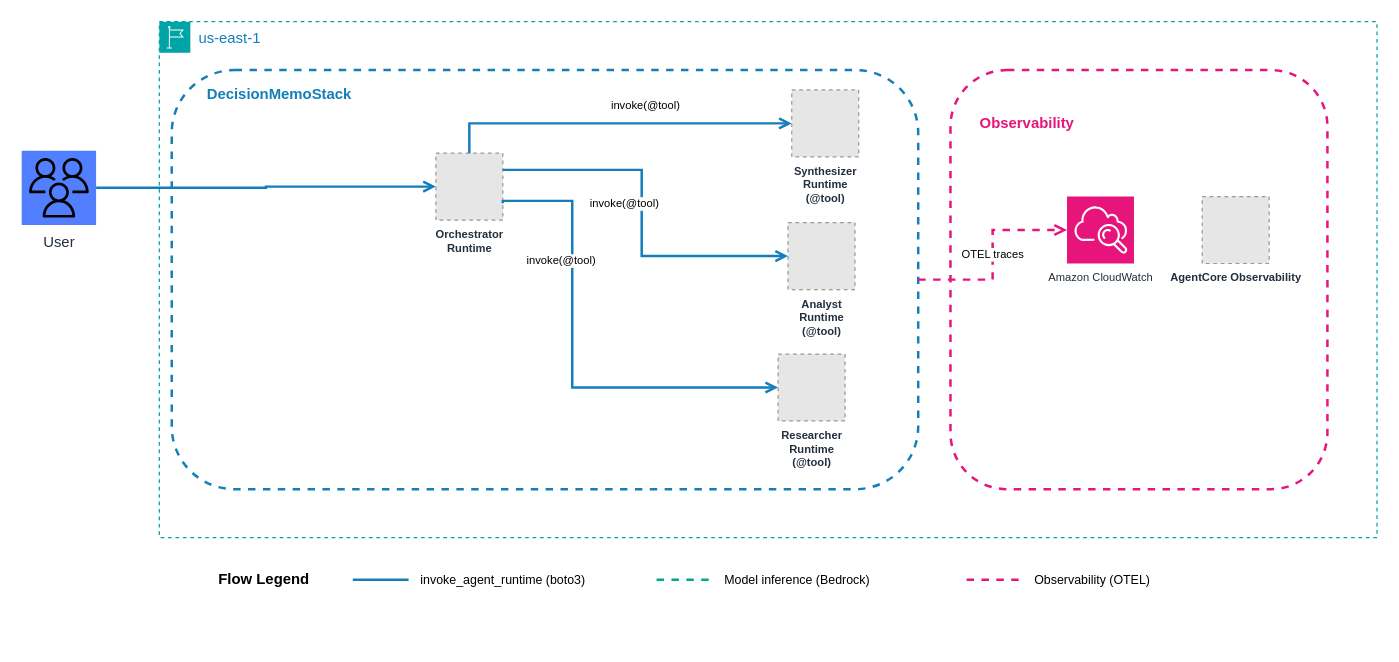
This is samples/07-agent-as-tool/production/architecture.drawio from aws-samples/sample-multi-agent-systems-with-strands-workshop, a draw.io file, before an edit. Source tidied: cells renumbered, new cells numbered last; positions are measured from the earlier drawing's top-left corner, leaving out a move shared by most shapes. Both pictures are drawn from the tidied source at 124%, with x=0, y=0 at pixel (21, 21). Pictures stored in the file or linked from it are replaced by grey dashed boxes.
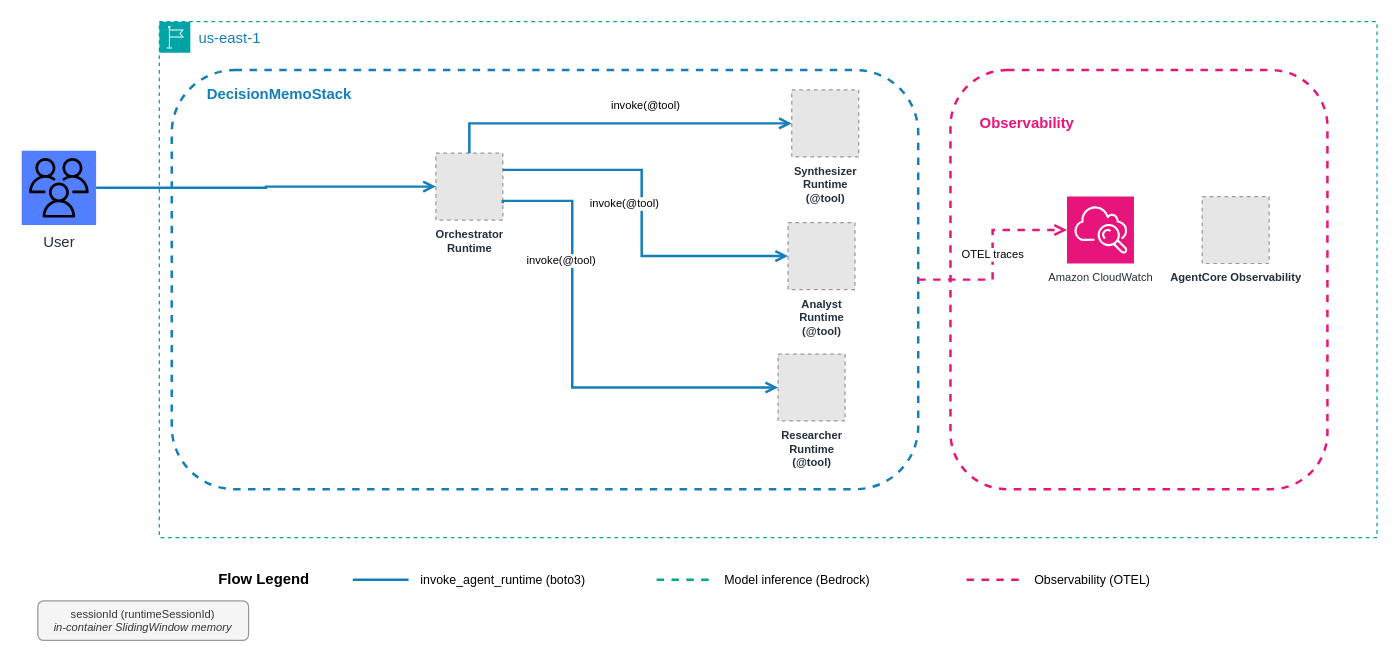
The same diagram, later.

Commit message (it also covers changes not shown here):
Update production diagrams: add AgentCore Memory to module 08, add sessionId/actorId labels to all modules

Diff of the diagram source:
```diff
@@
+    <mxCell id="25" value="sessionId (runtimeSessionId)&lt;div style=&quot;font-style:italic;&quot;&gt;in-container SlidingWindow memory&lt;/div&gt;" style="text;html=1;whiteSpace=wrap;strokeColor=#999999;fillColor=#f5f5f5;align=center;verticalAlign=middle;rounded=1;fontSize=9;fontColor=#333333;" parent="1" vertex="1">
+      <mxGeometry x="13" y="467" width="170" height="32" as="geometry" />
+    </mxCell>
```
